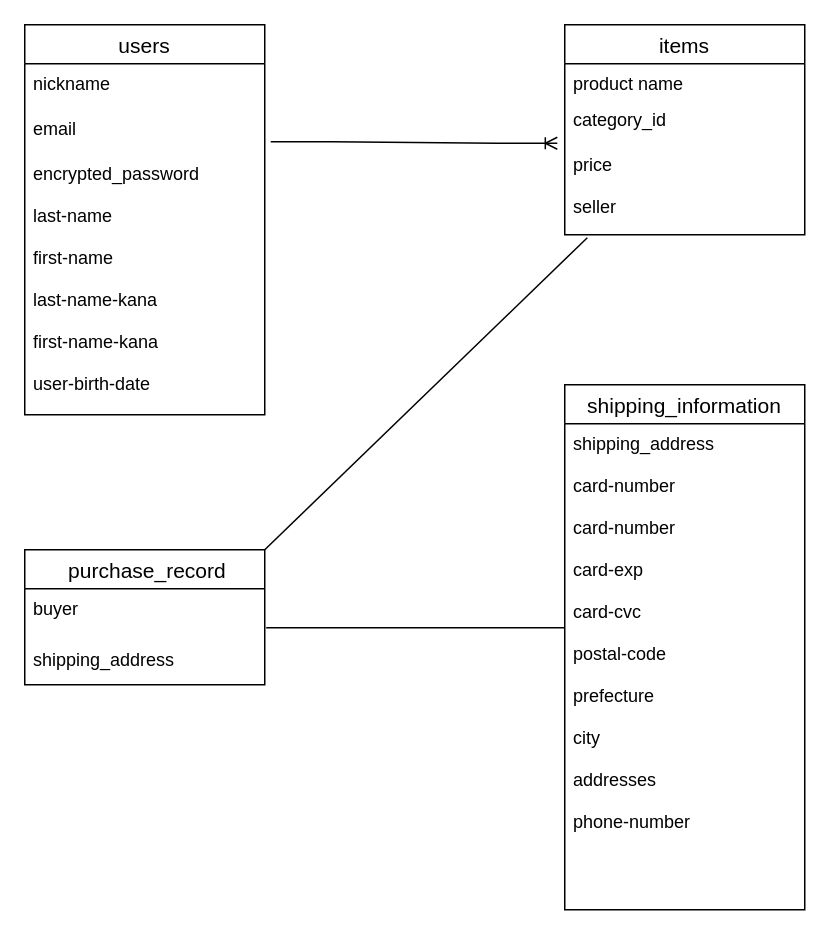
NaoakiM/furima-37413 keeps this draw.io diagram as test.dio. Above is the earlier version. Source tidied: cells renumbered, new cells numbered last; positions are measured from the earlier drawing's top-left corner, leaving out a move shared by most shapes. Both pictures are drawn from the tidied source at 150%, with x=0, y=0 at pixel (24, 24).
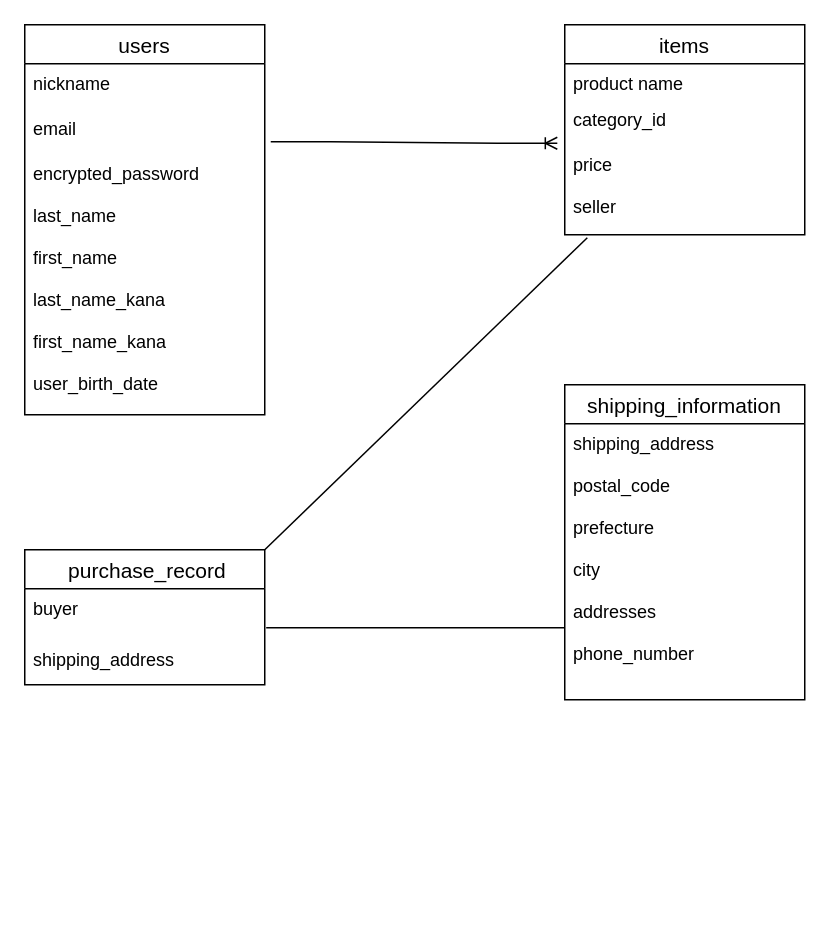
The same page after the edit.

Commit message (it also covers changes not shown here):
データベース設計修正3

What changed in the source:
```diff
@@
 <mxGraphModel>
   <root>
     <mxCell id="0" />
     <mxCell id="1" parent="0" />
     <mxCell id="2" value="users" style="swimlane;fontStyle=0;horizontal=1;startSize=26;align=center;fontSize=14;" parent="1" vertex="1">
       <mxGeometry width="160" height="260" as="geometry" />
     </mxCell>
     <mxCell id="3" value="nickname" style="text;strokeColor=none;fillColor=none;spacingLeft=4;spacingRight=4;overflow=hidden;fontSize=12;" parent="2" vertex="1">
       <mxGeometry y="26" width="160" height="30" as="geometry" />
     </mxCell>
     <mxCell id="4" value="email" style="text;strokeColor=none;fillColor=none;spacingLeft=4;spacingRight=4;overflow=hidden;points=[[0,0.5],[1,0.5]];portConstraint=eastwest;fontSize=12;" parent="2" vertex="1">
       <mxGeometry y="56" width="160" height="30" as="geometry" />
     </mxCell>
-    <mxCell id="5" value="encrypted_password&#10;&#10;last-name&#10;&#10;first-name&#10;&#10;last-name-kana&#10;&#10;first-name-kana&#10;&#10;user-birth-date&#10;" style="text;strokeColor=none;fillColor=none;spacingLeft=4;spacingRight=4;overflow=hidden;fontSize=12;" parent="2" vertex="1">
+    <mxCell id="5" value="encrypted_password&#10;&#10;last_name&#10;&#10;first_name&#10;&#10;last_name_kana&#10;&#10;first_name_kana&#10;&#10;user_birth_date&#10;" style="text;strokeColor=none;fillColor=none;spacingLeft=4;spacingRight=4;overflow=hidden;fontSize=12;" parent="2" vertex="1">
       <mxGeometry y="86" width="160" height="174" as="geometry" />
     </mxCell>
     <mxCell id="6" value="items" style="swimlane;fontStyle=0;horizontal=1;startSize=26;align=center;fontSize=14;" parent="1" vertex="1">
       <mxGeometry x="360" width="160" height="140" as="geometry" />
     </mxCell>
     <mxCell id="7" value="product name" style="text;strokeColor=none;fillColor=none;spacingLeft=4;spacingRight=4;overflow=hidden;fontSize=12;" parent="6" vertex="1">
       <mxGeometry y="26" width="160" height="24" as="geometry" />
     </mxCell>
     <mxCell id="8" value="category_id" style="text;strokeColor=none;fillColor=none;spacingLeft=4;spacingRight=4;overflow=hidden;points=[[0,0.5],[1,0.5]];portConstraint=eastwest;fontSize=12;" parent="6" vertex="1">
       <mxGeometry y="50" width="160" height="30" as="geometry" />
     </mxCell>
     <mxCell id="9" value="price&#10;&#10;seller" style="text;strokeColor=none;fillColor=none;spacingLeft=4;spacingRight=4;overflow=hidden;points=[[0,0.5],[1,0.5]];portConstraint=eastwest;fontSize=12;" parent="6" vertex="1">
       <mxGeometry y="80" width="160" height="60" as="geometry" />
     </mxCell>
     <mxCell id="10" value=" purchase_record" style="swimlane;fontStyle=0;horizontal=1;startSize=26;align=center;fontSize=14;" parent="1" vertex="1">
       <mxGeometry y="350" width="160" height="90" as="geometry" />
     </mxCell>
     <mxCell id="11" value="buyer" style="text;strokeColor=none;fillColor=none;spacingLeft=4;spacingRight=4;overflow=hidden;points=[[0,0.5],[1,0.5]];portConstraint=eastwest;fontSize=12;" parent="10" vertex="1">
       <mxGeometry y="26" width="160" height="34" as="geometry" />
     </mxCell>
     <mxCell id="12" value="shipping_address" style="text;strokeColor=none;fillColor=none;spacingLeft=4;spacingRight=4;overflow=hidden;fontSize=12;" parent="10" vertex="1">
       <mxGeometry y="60" width="160" height="30" as="geometry" />
     </mxCell>
     <mxCell id="13" value="shipping_information" style="swimlane;fontStyle=0;horizontal=1;startSize=26;align=center;fontSize=14;" parent="1" vertex="1">
-      <mxGeometry x="360" y="240" width="160" height="350" as="geometry" />
+      <mxGeometry x="360" y="240" width="160" height="210" as="geometry" />
     </mxCell>
-    <mxCell id="14" value="shipping_address&#10;&#10;card-number&#10;&#10;card-number&#10;&#10;card-exp&#10;&#10;card-cvc&#10;&#10;postal-code&#10;&#10;prefecture&#10;&#10;city&#10;&#10;addresses&#10;&#10;phone-number&#10;&#10;" style="text;strokeColor=none;fillColor=none;spacingLeft=4;spacingRight=4;overflow=hidden;fontSize=12;" parent="13" vertex="1">
-      <mxGeometry y="26" width="160" height="324" as="geometry" />
+    <mxCell id="14" value="shipping_address&#10;&#10;postal_code&#10;&#10;prefecture&#10;&#10;city&#10;&#10;addresses&#10;&#10;phone_number&#10;&#10;" style="text;strokeColor=none;fillColor=none;spacingLeft=4;spacingRight=4;overflow=hidden;fontSize=12;" parent="13" vertex="1">
+      <mxGeometry y="26" width="160" height="184" as="geometry" />
     </mxCell>
     <mxCell id="15" style="edgeStyle=entityRelationEdgeStyle;fontSize=12;html=1;endArrow=ERoneToMany;exitX=1.025;exitY=0.733;exitDx=0;exitDy=0;exitPerimeter=0;entryX=-0.031;entryY=0.967;entryDx=0;entryDy=0;entryPerimeter=0;" parent="1" edge="1" source="4" target="8">
       <mxGeometry relative="1" as="geometry" />
     </mxCell>
     <mxCell id="16" style="endArrow=none;html=1;rounded=0;exitX=1;exitY=0;exitDx=0;exitDy=0;entryX=0.094;entryY=1.033;entryDx=0;entryDy=0;entryPerimeter=0;" parent="1" edge="1" source="10" target="9">
       <mxGeometry relative="1" as="geometry" />
     </mxCell>
     <mxCell id="17" style="endArrow=none;html=1;rounded=0;exitX=1.006;exitY=0.765;exitDx=0;exitDy=0;exitPerimeter=0;" parent="1" edge="1" source="11">
       <mxGeometry relative="1" as="geometry">
         <mxPoint x="360" y="402" as="targetPoint" />
       </mxGeometry>
     </mxCell>
   </root>
 </mxGraphModel>
```
